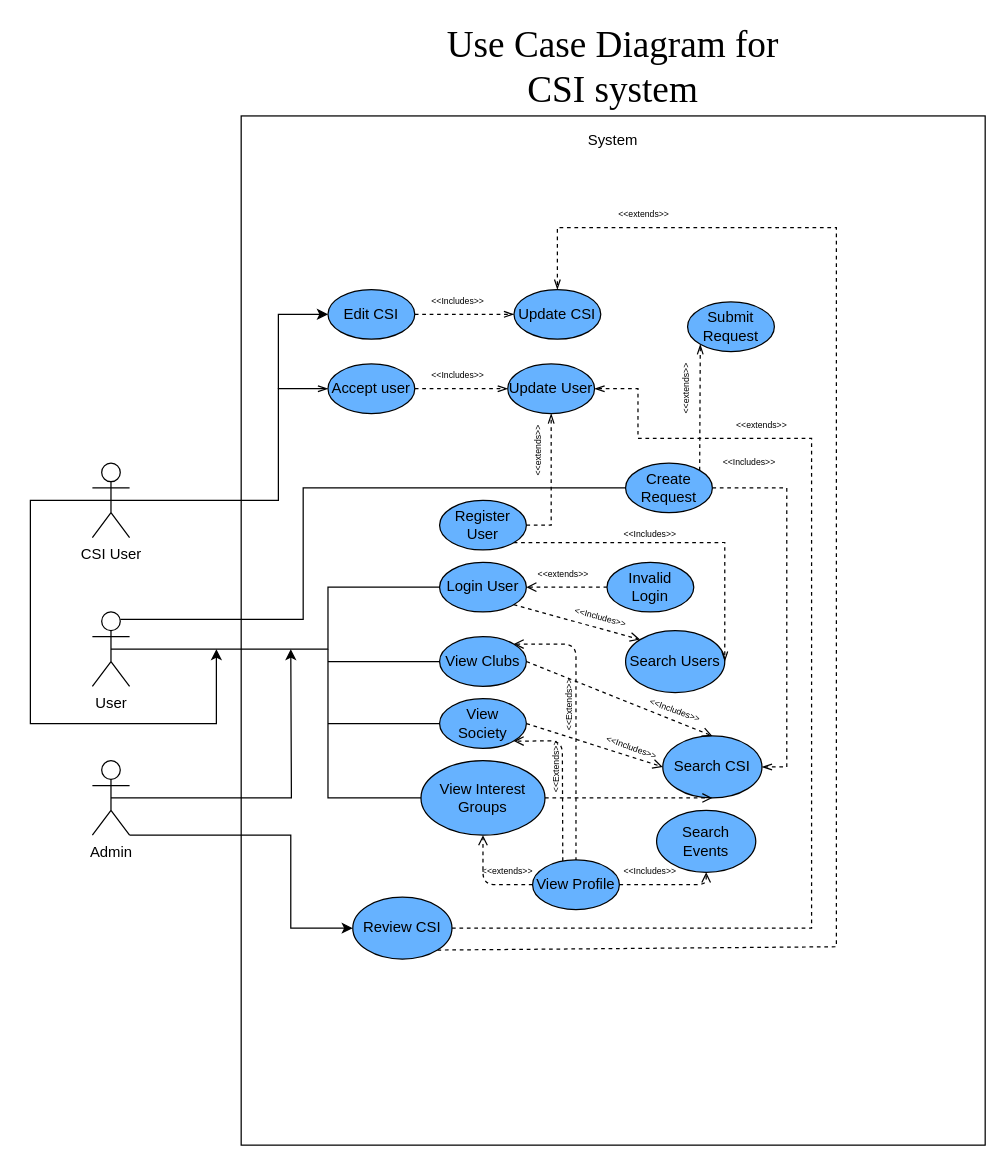
The draw.io diagram Diagrams/Use_Case_Diagram.drawio in Makizoro/Overclock, before the edit. Source tidied: cells renumbered, new cells numbered last; positions are measured from the earlier drawing's top-left corner, leaving out a move shared by most shapes. Both pictures are drawn from the tidied source at 124%, with x=0, y=0 at pixel (30, 53).
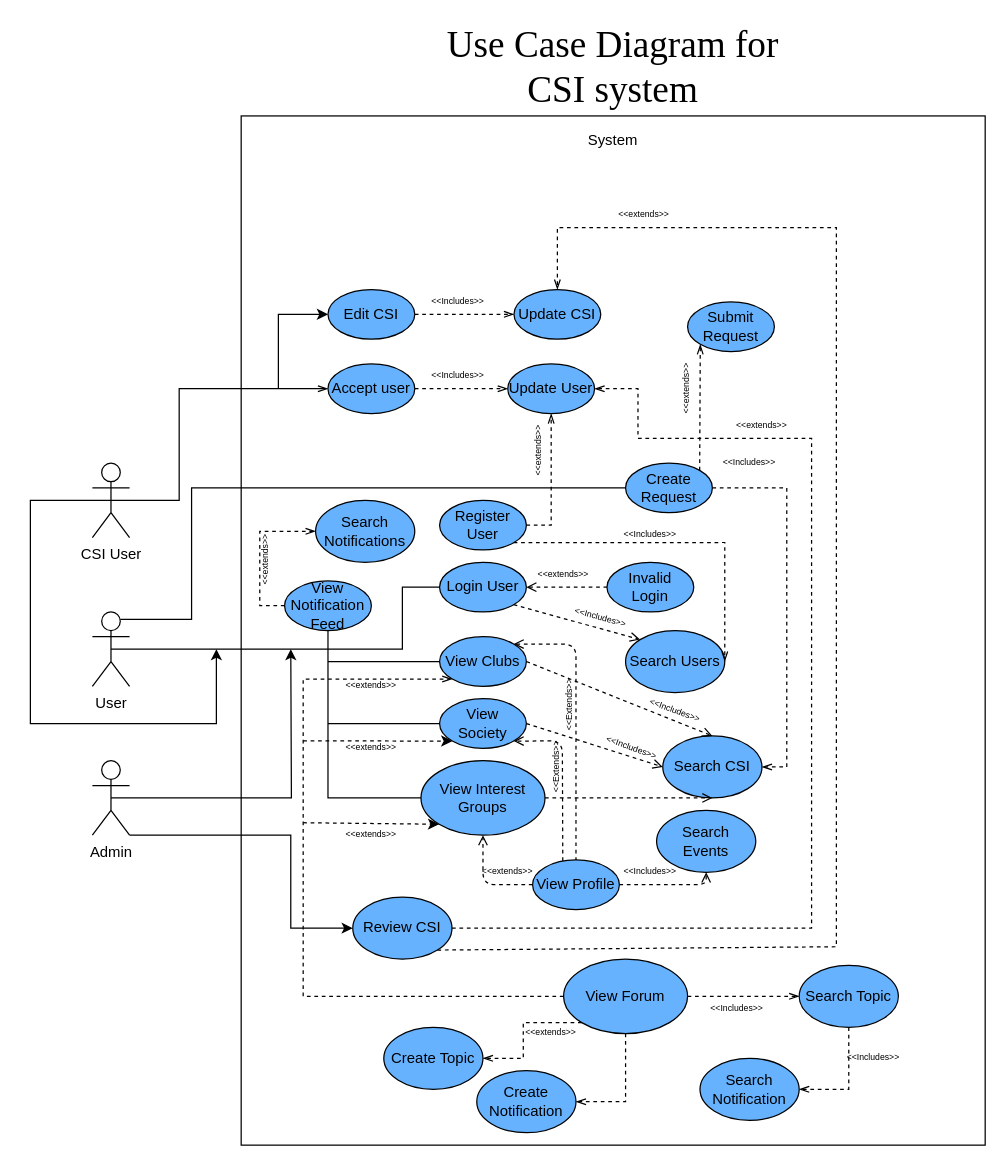
After the change.

Unchanged cells that the change refers to:
```xml
<mxCell id="4" value="User" style="shape=umlActor;verticalLabelPosition=bottom;labelBackgroundColor=#ffffff;verticalAlign=top;html=1;outlineConnect=0;" parent="1" vertex="1">
  <mxGeometry x="50" y="450" width="30" height="60" as="geometry" />
</mxCell>
<mxCell id="6" value="Login User" style="ellipse;whiteSpace=wrap;html=1;fillColor=#66B2FF;" parent="1" vertex="1">
  <mxGeometry x="330" y="410" width="70" height="40" as="geometry" />
</mxCell>
<mxCell id="11" value="View Clubs" style="ellipse;whiteSpace=wrap;html=1;fillColor=#66B2FF;" parent="1" vertex="1">
  <mxGeometry x="330" y="470" width="70" height="40" as="geometry" />
</mxCell>
<mxCell id="12" value="View Society" style="ellipse;whiteSpace=wrap;html=1;fillColor=#66B2FF;" parent="1" vertex="1">
  <mxGeometry x="330" y="520" width="70" height="40" as="geometry" />
</mxCell>
<mxCell id="13" value="View Interest Groups" style="ellipse;whiteSpace=wrap;html=1;fillColor=#66B2FF;" parent="1" vertex="1">
  <mxGeometry x="315" y="570" width="100" height="60" as="geometry" />
</mxCell>
<mxCell id="41" value="CSI User" style="shape=umlActor;verticalLabelPosition=bottom;labelBackgroundColor=#ffffff;verticalAlign=top;html=1;outlineConnect=0;" parent="1" vertex="1">
  <mxGeometry x="50" y="330" width="30" height="60" as="geometry" />
</mxCell>
<mxCell id="44" value="Create Request" style="ellipse;whiteSpace=wrap;html=1;fillColor=#66B2FF;" parent="1" vertex="1">
  <mxGeometry x="480" y="330" width="70" height="40" as="geometry" />
</mxCell>
<mxCell id="49" value="Accept user" style="ellipse;whiteSpace=wrap;html=1;fillColor=#66B2FF;" parent="1" vertex="1">
  <mxGeometry x="240" y="250" width="70" height="40" as="geometry" />
</mxCell>
```

What changed in the source:
```diff
@@
     <mxCell id="3" style="edgeStyle=orthogonalEdgeStyle;rounded=0;jettySize=auto;html=1;exitX=0.75;exitY=0.1;exitDx=0;exitDy=0;exitPerimeter=0;entryX=0;entryY=0.5;entryDx=0;entryDy=0;endArrow=none;endFill=0;fontFamily=Times New Roman;fontSize=30;" parent="1" edge="1" source="4" target="44">
       <mxGeometry relative="1" as="geometry">
         <Array as="points">
-          <mxPoint x="220" y="456" />
-          <mxPoint x="220" y="350" />
+          <mxPoint x="130" y="456" />
+          <mxPoint x="130" y="350" />
         </Array>
       </mxGeometry>
     </mxCell>
@@
     <mxCell id="7" style="endArrow=none;html=1;exitX=0.5;exitY=0.5;exitDx=0;exitDy=0;exitPerimeter=0;entryX=0;entryY=0.5;entryDx=0;entryDy=0;rounded=0;" parent="1" edge="1" source="4" target="6">
       <mxGeometry relative="1" as="geometry">
         <Array as="points">
           <mxPoint x="240" y="480" />
-          <mxPoint x="240" y="430" />
+          <mxPoint x="300" y="480" />
+          <mxPoint x="300" y="430" />
         </Array>
       </mxGeometry>
     </mxCell>
@@
     <mxCell id="40" style="edgeStyle=none;rounded=0;jettySize=auto;html=1;exitX=0.5;exitY=0.5;exitDx=0;exitDy=0;exitPerimeter=0;entryX=0;entryY=0.5;entryDx=0;entryDy=0;endArrow=openThin;endFill=0;fontFamily=Times New Roman;fontSize=30;" parent="1" edge="1" source="41" target="49">
       <mxGeometry relative="1" as="geometry">
         <Array as="points">
-          <mxPoint x="200" y="360" />
+          <mxPoint x="120" y="360" />
+          <mxPoint x="120" y="270" />
           <mxPoint x="200" y="270" />
         </Array>
       </mxGeometry>
     </mxCell>
@@
+    <mxCell id="68" style="edgeStyle=orthogonalEdgeStyle;rounded=0;jettySize=auto;html=1;exitX=0;exitY=0.5;exitDx=0;exitDy=0;entryX=0;entryY=0.5;entryDx=0;entryDy=0;endArrow=openThin;endFill=0;dashed=1;" parent="1" edge="1" source="69" target="71">
+      <mxGeometry relative="1" as="geometry" />
+    </mxCell>
+    <mxCell id="69" value="View Notification Feed" style="ellipse;whiteSpace=wrap;html=1;fillColor=#66B2FF;" parent="1" vertex="1">
+      <mxGeometry x="205" y="425" width="70" height="40" as="geometry" />
+    </mxCell>
+    <mxCell id="70" style="endArrow=none;html=1;entryX=0.5;entryY=1;entryDx=0;entryDy=0;" parent="1" edge="1" target="69">
+      <mxGeometry relative="1" as="geometry">
+        <mxPoint x="240" y="480" as="sourcePoint" />
+      </mxGeometry>
+    </mxCell>
+    <mxCell id="71" value="Search Notifications" style="ellipse;whiteSpace=wrap;html=1;fillColor=#66B2FF;" parent="1" vertex="1">
+      <mxGeometry x="230" y="360" width="80" height="50" as="geometry" />
+    </mxCell>
+    <mxCell id="72" value="&amp;lt;&amp;lt;extends&amp;gt;&amp;gt;" style="text;html=1;strokeColor=none;fillColor=none;align=center;verticalAlign=middle;whiteSpace=wrap;rounded=0;fontSize=7;rotation=-90;" parent="1" vertex="1">
+      <mxGeometry x="170" y="398" width="40" height="20" as="geometry" />
+    </mxCell>
+    <mxCell id="73" style="edgeStyle=orthogonalEdgeStyle;rounded=0;jettySize=auto;html=1;exitX=0;exitY=0.5;exitDx=0;exitDy=0;entryX=0;entryY=1;entryDx=0;entryDy=0;dashed=1;endArrow=openThin;endFill=0;" parent="1" edge="1" source="77" target="11">
+      <mxGeometry relative="1" as="geometry">
+        <Array as="points">
+          <mxPoint x="220" y="760" />
+          <mxPoint x="220" y="504" />
+        </Array>
+      </mxGeometry>
+    </mxCell>
+    <mxCell id="74" style="edgeStyle=orthogonalEdgeStyle;rounded=0;jettySize=auto;html=1;exitX=1;exitY=0.5;exitDx=0;exitDy=0;entryX=0;entryY=0.5;entryDx=0;entryDy=0;dashed=1;endArrow=openThin;endFill=0;targetPerimeterSpacing=0;" parent="1" edge="1" source="77" target="84">
+      <mxGeometry relative="1" as="geometry" />
+    </mxCell>
+    <mxCell id="75" style="edgeStyle=orthogonalEdgeStyle;rounded=0;jettySize=auto;html=1;exitX=0;exitY=1;exitDx=0;exitDy=0;entryX=1;entryY=0.5;entryDx=0;entryDy=0;dashed=1;endArrow=openThin;endFill=0;targetPerimeterSpacing=0;" parent="1" edge="1" source="77" target="88">
+      <mxGeometry relative="1" as="geometry" />
+    </mxCell>
+    <mxCell id="76" style="edgeStyle=orthogonalEdgeStyle;rounded=0;jettySize=auto;html=1;exitX=0.5;exitY=1;exitDx=0;exitDy=0;entryX=1;entryY=0.5;entryDx=0;entryDy=0;dashed=1;endArrow=openThin;endFill=0;targetPerimeterSpacing=0;" parent="1" edge="1" source="77" target="90">
+      <mxGeometry relative="1" as="geometry" />
+    </mxCell>
+    <mxCell id="77" value="View Forum" style="ellipse;whiteSpace=wrap;html=1;fillColor=#66B2FF;" parent="1" vertex="1">
+      <mxGeometry x="430" y="730" width="100" height="60" as="geometry" />
+    </mxCell>
+    <mxCell id="78" style="endArrow=classic;html=1;dashed=1;entryX=0;entryY=1;entryDx=0;entryDy=0;" parent="1" edge="1" target="12">
+      <mxGeometry relative="1" as="geometry">
+        <mxPoint x="220" y="554" as="sourcePoint" />
+      </mxGeometry>
+    </mxCell>
+    <mxCell id="79" style="endArrow=classic;html=1;dashed=1;entryX=0;entryY=1;entryDx=0;entryDy=0;targetPerimeterSpacing=0;" parent="1" edge="1" target="13">
+      <mxGeometry relative="1" as="geometry">
+        <mxPoint x="220" y="620" as="sourcePoint" />
+      </mxGeometry>
+    </mxCell>
+    <mxCell id="80" value="&amp;lt;&amp;lt;extends&amp;gt;&amp;gt;" style="text;html=1;strokeColor=none;fillColor=none;align=center;verticalAlign=middle;whiteSpace=wrap;rounded=0;fontSize=7;rotation=0;" parent="1" vertex="1">
+      <mxGeometry x="255" y="500" width="40" height="20" as="geometry" />
+    </mxCell>
+    <mxCell id="81" value="&amp;lt;&amp;lt;extends&amp;gt;&amp;gt;" style="text;html=1;strokeColor=none;fillColor=none;align=center;verticalAlign=middle;whiteSpace=wrap;rounded=0;fontSize=7;rotation=0;" parent="1" vertex="1">
+      <mxGeometry x="255" y="550" width="40" height="20" as="geometry" />
+    </mxCell>
+    <mxCell id="82" value="&amp;lt;&amp;lt;extends&amp;gt;&amp;gt;" style="text;html=1;strokeColor=none;fillColor=none;align=center;verticalAlign=middle;whiteSpace=wrap;rounded=0;fontSize=7;rotation=0;" parent="1" vertex="1">
+      <mxGeometry x="255" y="620" width="40" height="20" as="geometry" />
+    </mxCell>
+    <mxCell id="83" style="edgeStyle=orthogonalEdgeStyle;rounded=0;jettySize=auto;html=1;exitX=0.5;exitY=1;exitDx=0;exitDy=0;entryX=1;entryY=0.5;entryDx=0;entryDy=0;dashed=1;endArrow=openThin;endFill=0;targetPerimeterSpacing=0;" parent="1" edge="1" source="84" target="86">
+      <mxGeometry relative="1" as="geometry" />
+    </mxCell>
+    <mxCell id="84" value="&lt;span style=&quot;font-size: 12px&quot;&gt;Search Topic&lt;/span&gt;" style="ellipse;whiteSpace=wrap;html=1;fillColor=#66B2FF;fontSize=10;" parent="1" vertex="1">
+      <mxGeometry x="620" y="735" width="80" height="50" as="geometry" />
+    </mxCell>
+    <mxCell id="85" value="&amp;lt;&amp;lt;Includes&amp;gt;&amp;gt;" style="text;html=1;strokeColor=none;fillColor=none;align=center;verticalAlign=middle;whiteSpace=wrap;rounded=0;fontSize=7;rotation=0;" parent="1" vertex="1">
+      <mxGeometry x="550" y="760" width="40" height="20" as="geometry" />
+    </mxCell>
+    <mxCell id="86" value="&lt;span style=&quot;font-size: 12px&quot;&gt;Search Notification&lt;/span&gt;" style="ellipse;whiteSpace=wrap;html=1;fillColor=#66B2FF;fontSize=10;" parent="1" vertex="1">
+      <mxGeometry x="540" y="810" width="80" height="50" as="geometry" />
+    </mxCell>
+    <mxCell id="87" value="&amp;lt;&amp;lt;Includes&amp;gt;&amp;gt;" style="text;html=1;strokeColor=none;fillColor=none;align=center;verticalAlign=middle;whiteSpace=wrap;rounded=0;fontSize=7;rotation=0;" parent="1" vertex="1">
+      <mxGeometry x="660" y="800" width="40" height="20" as="geometry" />
+    </mxCell>
+    <mxCell id="88" value="&lt;span style=&quot;font-size: 12px&quot;&gt;Create Topic&lt;/span&gt;" style="ellipse;whiteSpace=wrap;html=1;fillColor=#66B2FF;fontSize=10;" parent="1" vertex="1">
+      <mxGeometry x="285" y="785" width="80" height="50" as="geometry" />
+    </mxCell>
+    <mxCell id="89" value="&amp;lt;&amp;lt;extends&amp;gt;&amp;gt;" style="text;html=1;strokeColor=none;fillColor=none;align=center;verticalAlign=middle;whiteSpace=wrap;rounded=0;fontSize=7;rotation=0;" parent="1" vertex="1">
+      <mxGeometry x="400" y="780" width="40" height="20" as="geometry" />
+    </mxCell>
+    <mxCell id="90" value="&lt;span style=&quot;font-size: 12px&quot;&gt;Create Notification&lt;/span&gt;" style="ellipse;whiteSpace=wrap;html=1;fillColor=#66B2FF;fontSize=10;" parent="1" vertex="1">
+      <mxGeometry x="360" y="820" width="80" height="50" as="geometry" />
+    </mxCell>
```
